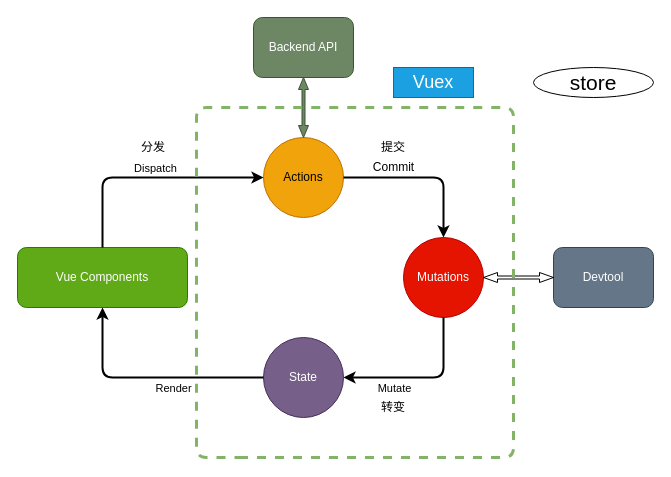
Earlier version of the draw.io diagram vuex.dio (Chameleon-fzb/vue_vuex). Source tidied: cells renumbered, new cells numbered last; positions are measured from the earlier drawing's top-left corner, leaving out a move shared by most shapes. Both pictures are drawn from the tidied source at 100%, with x=0, y=0 at pixel (17, 17).
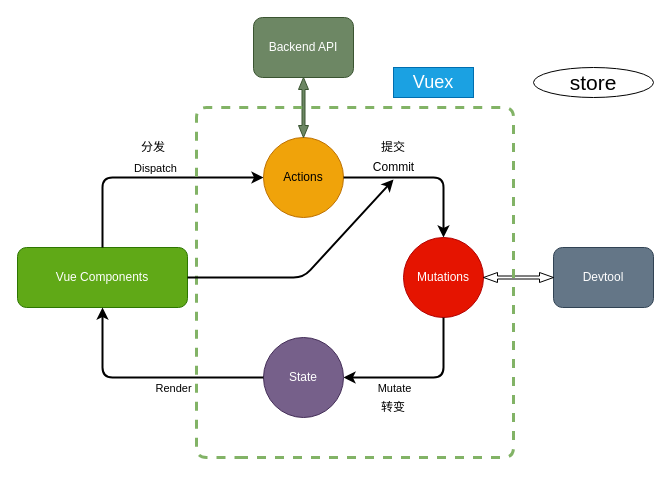
Above is the later version.

Commit message (it also covers changes not shown here):
Vuex mapAction

The change refers to these unchanged cells:
```xml
<mxCell id="2" value="Vue Components" style="rounded=1;whiteSpace=wrap;html=1;fillColor=#60a917;strokeColor=#2D7600;fontColor=#ffffff;" parent="1" vertex="1">
  <mxGeometry y="230" width="170" height="60" as="geometry" />
</mxCell>
<mxCell id="15" value="Commit" style="text;html=1;align=center;verticalAlign=middle;points=[];strokeColor=none;" parent="1" vertex="1">
  <mxGeometry x="346" y="140" width="60" height="20" as="geometry" />
</mxCell>
```

The edit, as a diff of the source:
```diff
@@
+    <mxCell id="24" style="endArrow=classic;html=1;exitX=1;exitY=0.5;exitDx=0;exitDy=0;strokeWidth=2;entryX=0.5;entryY=1.1;entryDx=0;entryDy=0;entryPerimeter=0;" parent="1" edge="1" source="2" target="15">
+      <mxGeometry relative="1" as="geometry">
+        <Array as="points">
+          <mxPoint x="286" y="260" />
+        </Array>
+      </mxGeometry>
+    </mxCell>
```
